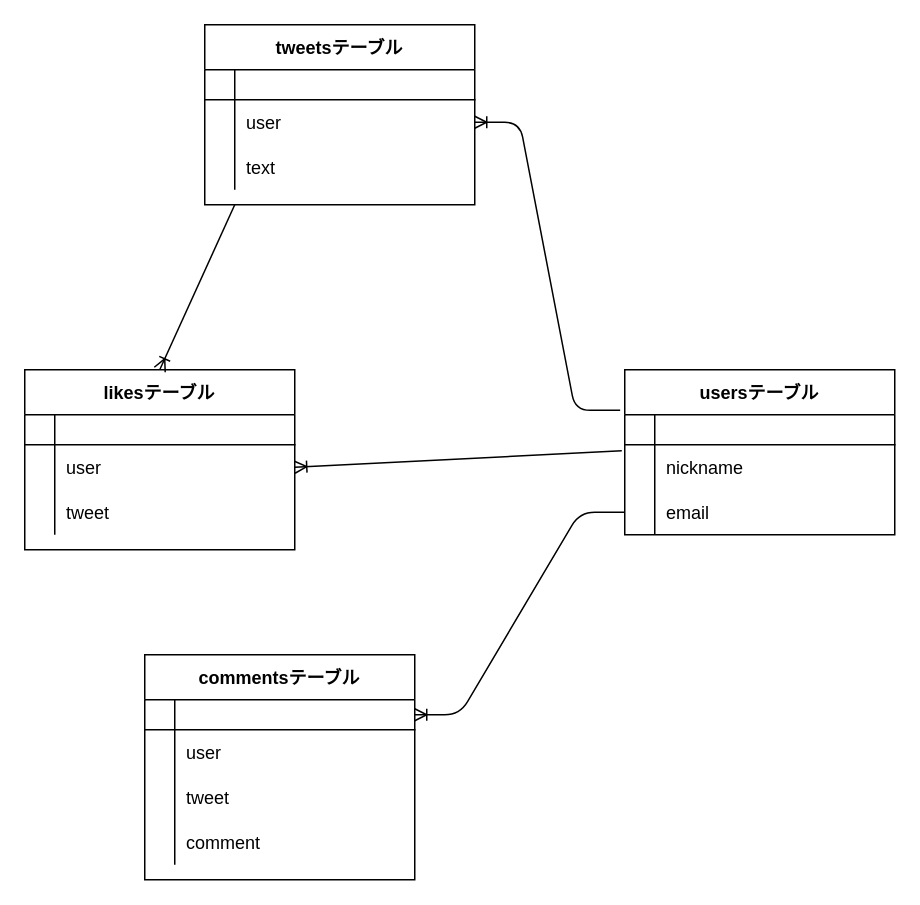
The draw.io diagram test.dio in Ota66/share-34421, before the edit. Source tidied: cells renumbered, new cells numbered last; positions are measured from the earlier drawing's top-left corner, leaving out a move shared by most shapes. Both pictures are drawn from the tidied source at 150%, with x=0, y=0 at pixel (24, 24).
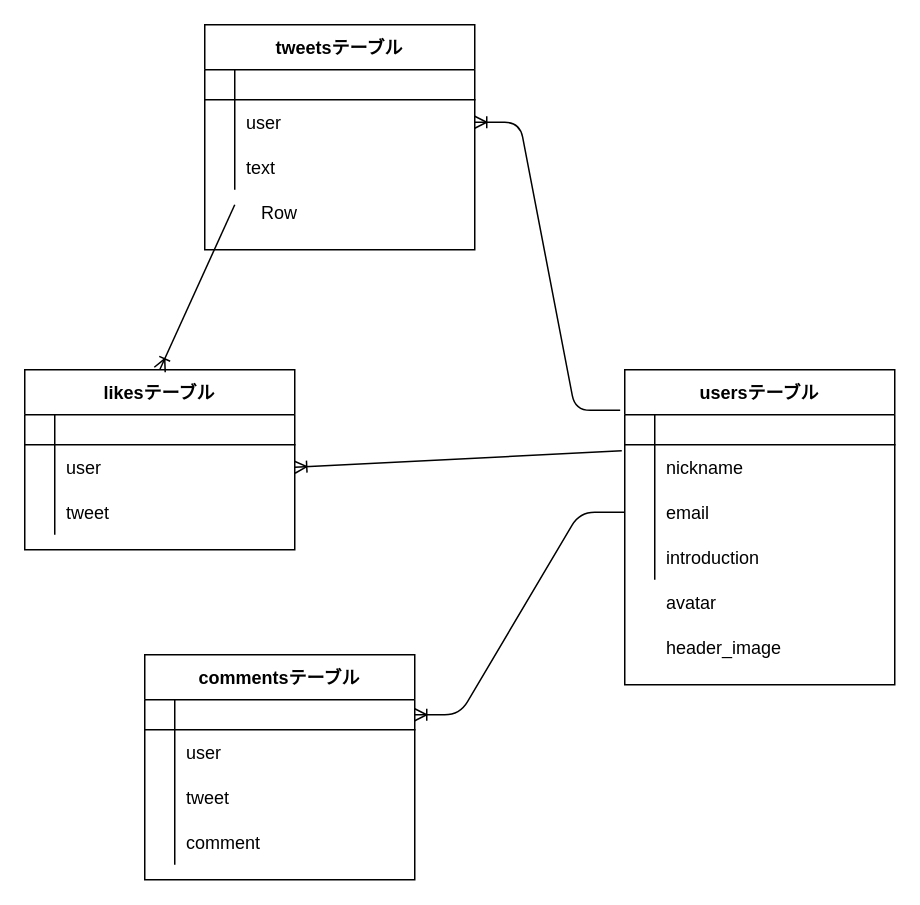
After the change.

The edit, as a diff of the source:
```diff
@@
     <mxCell id="2" value="usersテーブル" style="shape=table;startSize=30;childLayout=tableLayout;rowLines=0;fontStyle=1;align=center;" parent="1" vertex="1">
-      <mxGeometry x="400" y="230" width="180" height="110" as="geometry" />
+      <mxGeometry x="400" y="230" width="180" height="210" as="geometry" />
     </mxCell>
@@
+    <mxCell id="49" style="shape=partialRectangle;fillColor=none;top=0;left=0;bottom=0;right=0;" parent="2" vertex="1">
+      <mxGeometry y="110" width="180" height="30" as="geometry" />
+    </mxCell>
+    <mxCell id="50" style="shape=partialRectangle;fillColor=none;top=0;left=0;bottom=0;right=0;overflow=hidden;" parent="49" vertex="1">
+      <mxGeometry width="20" height="30" as="geometry" />
+    </mxCell>
+    <mxCell id="51" value="introduction" style="shape=partialRectangle;fillColor=none;top=0;left=0;bottom=0;right=0;align=left;spacingLeft=6;overflow=hidden;" parent="49" vertex="1">
+      <mxGeometry x="20" width="160" height="30" as="geometry" />
+    </mxCell>
     <mxCell id="12" value="tweetsテーブル" style="shape=table;startSize=30;childLayout=tableLayout;rowLines=0;fontStyle=1;align=center;" parent="1" vertex="1">
-      <mxGeometry x="120" width="180" height="120" as="geometry" />
+      <mxGeometry x="120" width="180" height="150" as="geometry" />
     </mxCell>
@@
+    <mxCell id="52" style="shape=partialRectangle;fillColor=none;top=0;left=0;bottom=0;right=0;" parent="1" vertex="1">
+      <mxGeometry x="400" y="370" width="180" height="30" as="geometry" />
+    </mxCell>
+    <mxCell id="53" style="shape=partialRectangle;fillColor=none;top=0;left=0;bottom=0;right=0;overflow=hidden;" parent="52" vertex="1">
+      <mxGeometry width="20" height="30" as="geometry" />
+    </mxCell>
+    <mxCell id="54" value="avatar" style="shape=partialRectangle;fillColor=none;top=0;left=0;bottom=0;right=0;align=left;spacingLeft=6;overflow=hidden;" parent="52" vertex="1">
+      <mxGeometry x="20" width="160" height="30" as="geometry" />
+    </mxCell>
+    <mxCell id="55" style="shape=partialRectangle;fillColor=none;top=0;left=0;bottom=0;right=0;" parent="1" vertex="1">
+      <mxGeometry x="400" y="400" width="180" height="30" as="geometry" />
+    </mxCell>
+    <mxCell id="56" style="shape=partialRectangle;fillColor=none;top=0;left=0;bottom=0;right=0;overflow=hidden;" parent="55" vertex="1">
+      <mxGeometry width="20" height="30" as="geometry" />
+    </mxCell>
+    <mxCell id="57" value="header_image" style="shape=partialRectangle;fillColor=none;top=0;left=0;bottom=0;right=0;align=left;spacingLeft=6;overflow=hidden;" parent="55" vertex="1">
+      <mxGeometry x="20" width="160" height="30" as="geometry" />
+    </mxCell>
+    <mxCell id="58" style="shape=table;startSize=0;childLayout=tableLayout;rowLines=0;fontStyle=0;align=center;strokeColor=none;fillColor=none;" parent="1" vertex="1">
+      <mxGeometry x="120" y="110" width="180" height="30" as="geometry" />
+    </mxCell>
+    <mxCell id="59" style="shape=partialRectangle;fillColor=none;top=0;left=0;bottom=0;right=0;" parent="58" vertex="1">
+      <mxGeometry width="180" height="30" as="geometry" />
+    </mxCell>
+    <mxCell id="60" style="shape=partialRectangle;fillColor=none;top=0;left=0;bottom=0;right=0;overflow=hidden;" parent="59" vertex="1">
+      <mxGeometry width="30" height="30" as="geometry" />
+    </mxCell>
+    <mxCell id="61" value="Row" style="shape=partialRectangle;fillColor=none;top=0;left=0;bottom=0;right=0;align=left;spacingLeft=6;overflow=hidden;" parent="59" vertex="1">
+      <mxGeometry x="30" width="150" height="30" as="geometry" />
+    </mxCell>
```
